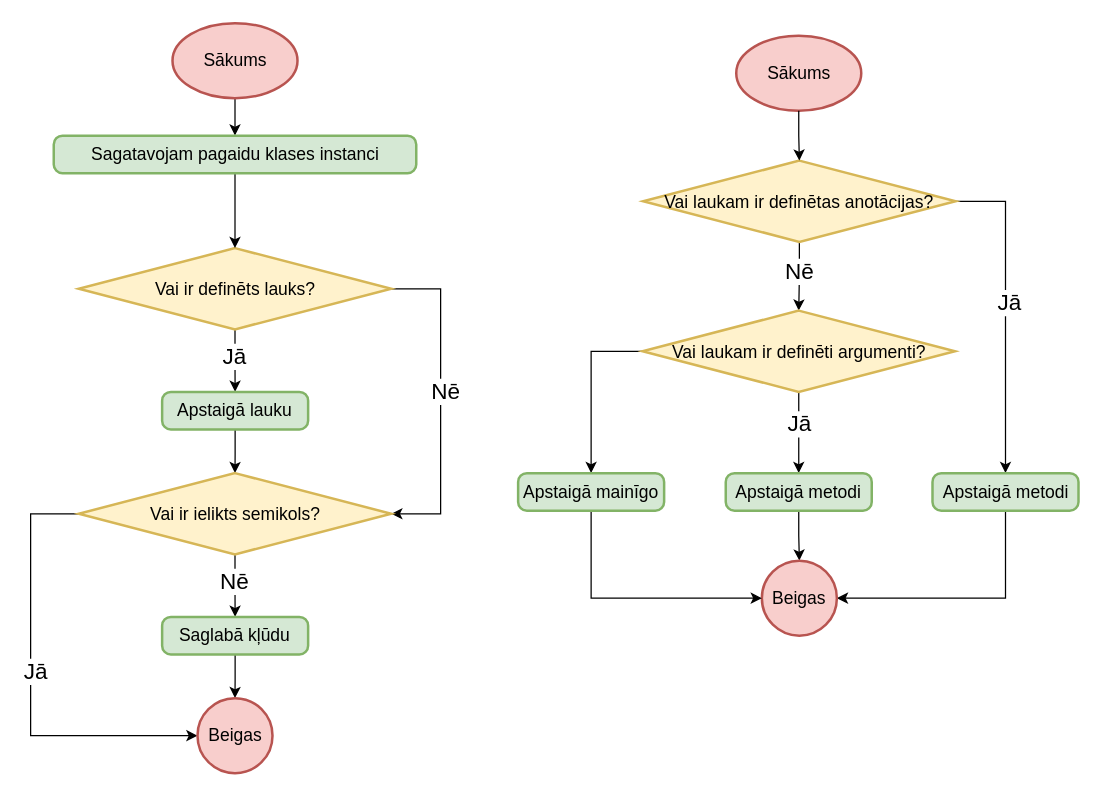
Above: page "Lauka sākumkompilēsana" (1 of 5) of src/Qualification project/Documentation/Diagrammas/Kompilators/Lauki un mainīgie.drawio in artiks12/webAppOS (draw.io), before the change. Source tidied: cells renumbered, new cells numbered last; positions are measured from the earlier drawing's top-left corner, leaving out a move shared by most shapes. Both pictures are drawn from the tidied source at 125%, with x=0, y=0 at pixel (30, 22).
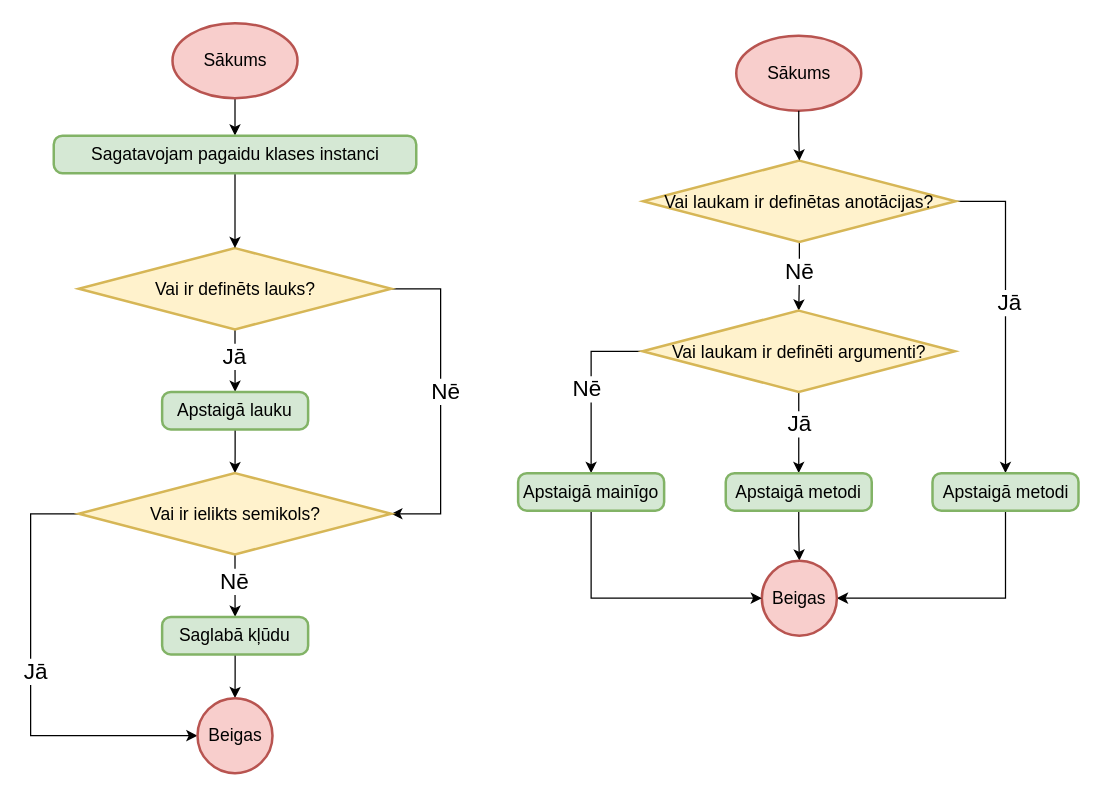
The same page after the edit.

Unchanged cells that the change refers to:
```xml
<mxCell id="33" style="edgeStyle=orthogonalEdgeStyle;rounded=0;jettySize=auto;html=1;exitX=0;exitY=0.5;exitDx=0;exitDy=0;exitPerimeter=0;" parent="1" edge="1" source="34" target="38">
  <mxGeometry relative="1" as="geometry" />
</mxCell>
```

Diff of the diagram source:
```diff
@@
+    <mxCell id="39" value="&lt;font style=&quot;font-size: 18px&quot;&gt;Nē&lt;/font&gt;" style="edgeLabel;html=1;align=center;verticalAlign=middle;" parent="33" vertex="1">
+      <mxGeometry x="0.03" y="-4" relative="1" as="geometry" />
+    </mxCell>
```
